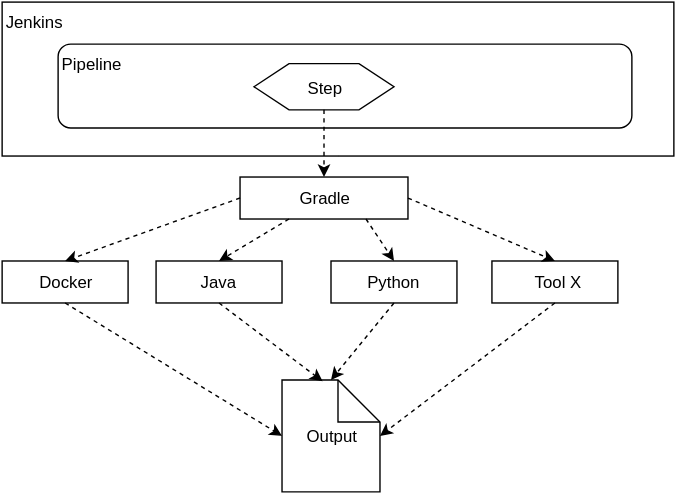
Above: attx_project/images/cicd_jenkins-gradle-tools.svg in ATTX-project/ATTX-project.github.io (draw.io), before the change. Source tidied: cells renumbered, new cells last; positions are measured from the earlier drawing's top-left corner, leaving out a move shared by most shapes. Source of this version:
```xml
<mxGraphModel background="#ffffff">
  <root>
    <mxCell id="0" />
    <mxCell id="1" parent="0" />
    <mxCell id="2" value="Jenkins" style="whiteSpace=wrap;html=1;verticalAlign=top;align=left;" parent="1" vertex="1">
      <mxGeometry width="480" height="110" as="geometry" />
    </mxCell>
    <mxCell id="3" value="Pipeline" style="rounded=1;whiteSpace=wrap;html=1;align=left;verticalAlign=top;" parent="1" vertex="1">
      <mxGeometry x="40" y="30" width="410" height="60" as="geometry" />
    </mxCell>
    <mxCell id="4" style="edgeStyle=orthogonalEdgeStyle;rounded=0;html=1;exitX=0.5;exitY=1;dashed=1;jettySize=auto;orthogonalLoop=1;" parent="1" edge="1" source="2" target="2">
      <mxGeometry relative="1" as="geometry" />
    </mxCell>
    <mxCell id="5" value="Gradle" style="whiteSpace=wrap;html=1;align=center;verticalAlign=middle;" parent="1" vertex="1">
      <mxGeometry x="170" y="125" width="120" height="30" as="geometry" />
    </mxCell>
    <mxCell id="6" value="Docker" style="whiteSpace=wrap;html=1;align=center;verticalAlign=middle;" parent="1" vertex="1">
      <mxGeometry y="185" width="90" height="30" as="geometry" />
    </mxCell>
    <mxCell id="7" value="Output" style="shape=note;whiteSpace=wrap;html=1;align=center;" parent="1" vertex="1">
      <mxGeometry x="200" y="270" width="70" height="80" as="geometry" />
    </mxCell>
    <mxCell id="8" value="Java" style="whiteSpace=wrap;html=1;align=center;verticalAlign=middle;" parent="1" vertex="1">
      <mxGeometry x="110" y="185" width="90" height="30" as="geometry" />
    </mxCell>
    <mxCell id="9" value="Python" style="whiteSpace=wrap;html=1;align=center;verticalAlign=middle;" parent="1" vertex="1">
      <mxGeometry x="235" y="185" width="90" height="30" as="geometry" />
    </mxCell>
    <mxCell id="10" value="Step" style="shape=hexagon;perimeter=hexagonPerimeter;whiteSpace=wrap;html=1;align=center;" parent="1" vertex="1">
      <mxGeometry x="180" y="44" width="100" height="33" as="geometry" />
    </mxCell>
    <mxCell id="11" style="endArrow=classic;html=1;dashed=1;exitX=0.5;exitY=1;entryX=0.5;entryY=0;" parent="1" edge="1" source="10" target="5">
      <mxGeometry relative="1" as="geometry" />
    </mxCell>
    <mxCell id="12" style="endArrow=classic;html=1;dashed=1;exitX=0.75;exitY=1;entryX=0.5;entryY=0;" parent="1" edge="1" source="5" target="9">
      <mxGeometry x="360" y="197" as="geometry" />
    </mxCell>
    <mxCell id="13" style="endArrow=classic;html=1;dashed=1;entryX=0.5;entryY=0;" parent="1" edge="1" source="5" target="8">
      <mxGeometry x="370" y="207" as="geometry" />
    </mxCell>
    <mxCell id="14" style="endArrow=classic;html=1;dashed=1;exitX=0;exitY=0.5;entryX=0.5;entryY=0;" parent="1" edge="1" source="5" target="6">
      <mxGeometry x="380" y="217" as="geometry" />
    </mxCell>
    <mxCell id="15" style="endArrow=classic;html=1;dashed=1;exitX=0.5;exitY=1;entryX=0;entryY=0.5;" parent="1" edge="1" source="6" target="7">
      <mxGeometry x="390" y="227" as="geometry" />
    </mxCell>
    <mxCell id="16" style="endArrow=classic;html=1;dashed=1;exitX=0.5;exitY=1;entryX=0.414;entryY=0.013;entryPerimeter=0;" parent="1" edge="1" source="8" target="7">
      <mxGeometry x="400" y="237" as="geometry" />
    </mxCell>
    <mxCell id="17" style="endArrow=classic;html=1;dashed=1;exitX=0.5;exitY=1;entryX=0.5;entryY=0;" parent="1" edge="1" source="9" target="7">
      <mxGeometry x="410" y="247" as="geometry" />
    </mxCell>
    <mxCell id="18" value="&amp;nbsp;Tool X" style="whiteSpace=wrap;html=1;align=center;verticalAlign=middle;" parent="1" vertex="1">
      <mxGeometry x="350" y="185" width="90" height="30" as="geometry" />
    </mxCell>
    <mxCell id="19" style="endArrow=classic;html=1;dashed=1;exitX=1;exitY=0.5;entryX=0.5;entryY=0;" parent="1" edge="1" source="5" target="18">
      <mxGeometry x="370" y="207" as="geometry" />
    </mxCell>
    <mxCell id="20" style="endArrow=classic;html=1;dashed=1;exitX=0.5;exitY=1;entryX=1;entryY=0.5;" parent="1" edge="1" source="18" target="7">
      <mxGeometry x="380" y="217" as="geometry" />
    </mxCell>
  </root>
</mxGraphModel>
```
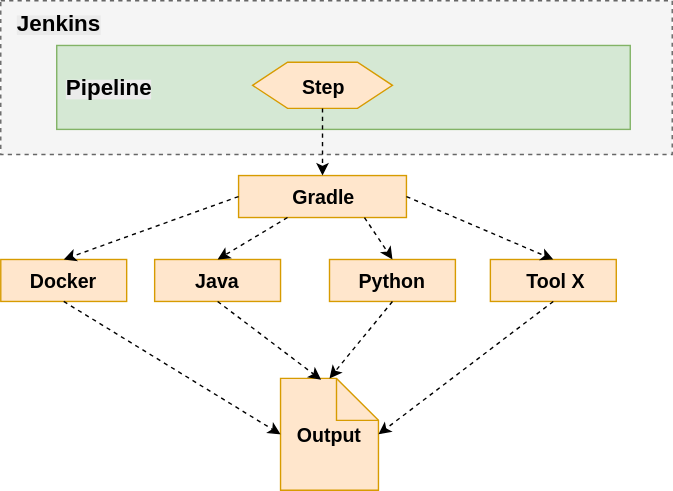
The same file after the commit.

The edit, as a diff of the source:
```diff
@@ -2,31 +2,31 @@
   <root>
     <mxCell id="0" />
     <mxCell id="1" parent="0" />
-    <mxCell id="2" value="Jenkins" style="whiteSpace=wrap;html=1;verticalAlign=top;align=left;" parent="1" vertex="1">
+    <mxCell id="2" style="whiteSpace=wrap;html=1;verticalAlign=top;align=left;fillColor=#f5f5f5;strokeColor=#666666;dashed=1;" parent="1" vertex="1">
       <mxGeometry width="480" height="110" as="geometry" />
     </mxCell>
-    <mxCell id="3" value="Pipeline" style="rounded=1;whiteSpace=wrap;html=1;align=left;verticalAlign=top;" parent="1" vertex="1">
-      <mxGeometry x="40" y="30" width="410" height="60" as="geometry" />
+    <mxCell id="3" style="rounded=0;whiteSpace=wrap;html=1;align=left;verticalAlign=top;fillColor=#d5e8d4;strokeColor=#82b366;" parent="1" vertex="1">
+      <mxGeometry x="40" y="32" width="410" height="60" as="geometry" />
     </mxCell>
     <mxCell id="4" style="edgeStyle=orthogonalEdgeStyle;rounded=0;html=1;exitX=0.5;exitY=1;dashed=1;jettySize=auto;orthogonalLoop=1;" parent="1" edge="1" source="2" target="2">
       <mxGeometry relative="1" as="geometry" />
     </mxCell>
-    <mxCell id="5" value="Gradle" style="whiteSpace=wrap;html=1;align=center;verticalAlign=middle;" parent="1" vertex="1">
+    <mxCell id="5" value="Gradle" style="whiteSpace=wrap;html=1;align=center;verticalAlign=middle;fillColor=#ffe6cc;strokeColor=#d79b00;fontSize=14;fontStyle=1;" parent="1" vertex="1">
       <mxGeometry x="170" y="125" width="120" height="30" as="geometry" />
     </mxCell>
-    <mxCell id="6" value="Docker" style="whiteSpace=wrap;html=1;align=center;verticalAlign=middle;" parent="1" vertex="1">
+    <mxCell id="6" value="Docker" style="whiteSpace=wrap;html=1;align=center;verticalAlign=middle;fillColor=#ffe6cc;strokeColor=#d79b00;fontSize=14;fontStyle=1;" parent="1" vertex="1">
       <mxGeometry y="185" width="90" height="30" as="geometry" />
     </mxCell>
-    <mxCell id="7" value="Output" style="shape=note;whiteSpace=wrap;html=1;align=center;" parent="1" vertex="1">
+    <mxCell id="7" value="Output" style="shape=note;whiteSpace=wrap;html=1;align=center;fillColor=#ffe6cc;strokeColor=#d79b00;fontSize=14;fontStyle=1;" parent="1" vertex="1">
       <mxGeometry x="200" y="270" width="70" height="80" as="geometry" />
     </mxCell>
-    <mxCell id="8" value="Java" style="whiteSpace=wrap;html=1;align=center;verticalAlign=middle;" parent="1" vertex="1">
+    <mxCell id="8" value="Java" style="whiteSpace=wrap;html=1;align=center;verticalAlign=middle;fillColor=#ffe6cc;strokeColor=#d79b00;fontSize=14;fontStyle=1;" parent="1" vertex="1">
       <mxGeometry x="110" y="185" width="90" height="30" as="geometry" />
     </mxCell>
-    <mxCell id="9" value="Python" style="whiteSpace=wrap;html=1;align=center;verticalAlign=middle;" parent="1" vertex="1">
+    <mxCell id="9" value="Python" style="whiteSpace=wrap;html=1;align=center;verticalAlign=middle;fillColor=#ffe6cc;strokeColor=#d79b00;fontSize=14;fontStyle=1;" parent="1" vertex="1">
       <mxGeometry x="235" y="185" width="90" height="30" as="geometry" />
     </mxCell>
-    <mxCell id="10" value="Step" style="shape=hexagon;perimeter=hexagonPerimeter;whiteSpace=wrap;html=1;align=center;" parent="1" vertex="1">
+    <mxCell id="10" value="Step" style="shape=hexagon;perimeter=hexagonPerimeter;whiteSpace=wrap;html=1;align=center;fillColor=#ffe6cc;strokeColor=#d79b00;fontSize=14;fontStyle=1;" parent="1" vertex="1">
       <mxGeometry x="180" y="44" width="100" height="33" as="geometry" />
     </mxCell>
     <mxCell id="11" style="endArrow=classic;html=1;dashed=1;exitX=0.5;exitY=1;entryX=0.5;entryY=0;" parent="1" edge="1" source="10" target="5">
@@ -50,7 +50,7 @@
     <mxCell id="17" style="endArrow=classic;html=1;dashed=1;exitX=0.5;exitY=1;entryX=0.5;entryY=0;" parent="1" edge="1" source="9" target="7">
       <mxGeometry x="410" y="247" as="geometry" />
     </mxCell>
-    <mxCell id="18" value="&amp;nbsp;Tool X" style="whiteSpace=wrap;html=1;align=center;verticalAlign=middle;" parent="1" vertex="1">
+    <mxCell id="18" value="&amp;nbsp;Tool X" style="whiteSpace=wrap;html=1;align=center;verticalAlign=middle;fillColor=#ffe6cc;strokeColor=#d79b00;fontSize=14;fontStyle=1;" parent="1" vertex="1">
       <mxGeometry x="350" y="185" width="90" height="30" as="geometry" />
     </mxCell>
     <mxCell id="19" style="endArrow=classic;html=1;dashed=1;exitX=1;exitY=0.5;entryX=0.5;entryY=0;" parent="1" edge="1" source="5" target="18">
@@ -59,5 +59,11 @@
     <mxCell id="20" style="endArrow=classic;html=1;dashed=1;exitX=0.5;exitY=1;entryX=1;entryY=0.5;" parent="1" edge="1" source="18" target="7">
       <mxGeometry x="380" y="217" as="geometry" />
     </mxCell>
+    <mxCell id="21" value="&lt;b style=&quot;color: rgb(0, 0, 0); font-family: Helvetica; font-size: 12px; font-style: normal; font-variant-ligatures: normal; font-variant-caps: normal; letter-spacing: normal; orphans: 2; text-align: left; text-indent: 0px; text-transform: none; white-space: normal; widows: 2; word-spacing: 0px; -webkit-text-stroke-width: 0px; background-color: rgb(235, 235, 235); text-decoration-style: initial; text-decoration-color: initial;&quot;&gt;&lt;font style=&quot;font-size: 16px;&quot;&gt;Jenkins&lt;/font&gt;&lt;/b&gt;" style="text;html=1;fontSize=14;fontFamily=Helvetica;" parent="1" vertex="1">
+      <mxGeometry x="10" width="70" height="30" as="geometry" />
+    </mxCell>
+    <mxCell id="22" value="&lt;b style=&quot;color: rgb(0 , 0 , 0) ; font-family: &amp;#34;helvetica&amp;#34; ; font-size: 12px ; font-style: normal ; letter-spacing: normal ; text-align: left ; text-indent: 0px ; text-transform: none ; white-space: normal ; word-spacing: 0px ; background-color: rgb(235 , 235 , 235)&quot;&gt;&lt;font style=&quot;font-size: 16px&quot;&gt;Pipeline&lt;/font&gt;&lt;/b&gt;" style="text;html=1;fontSize=14;fontFamily=Helvetica;" parent="1" vertex="1">
+      <mxGeometry x="45" y="46" width="70" height="30" as="geometry" />
+    </mxCell>
   </root>
 </mxGraphModel>
```
